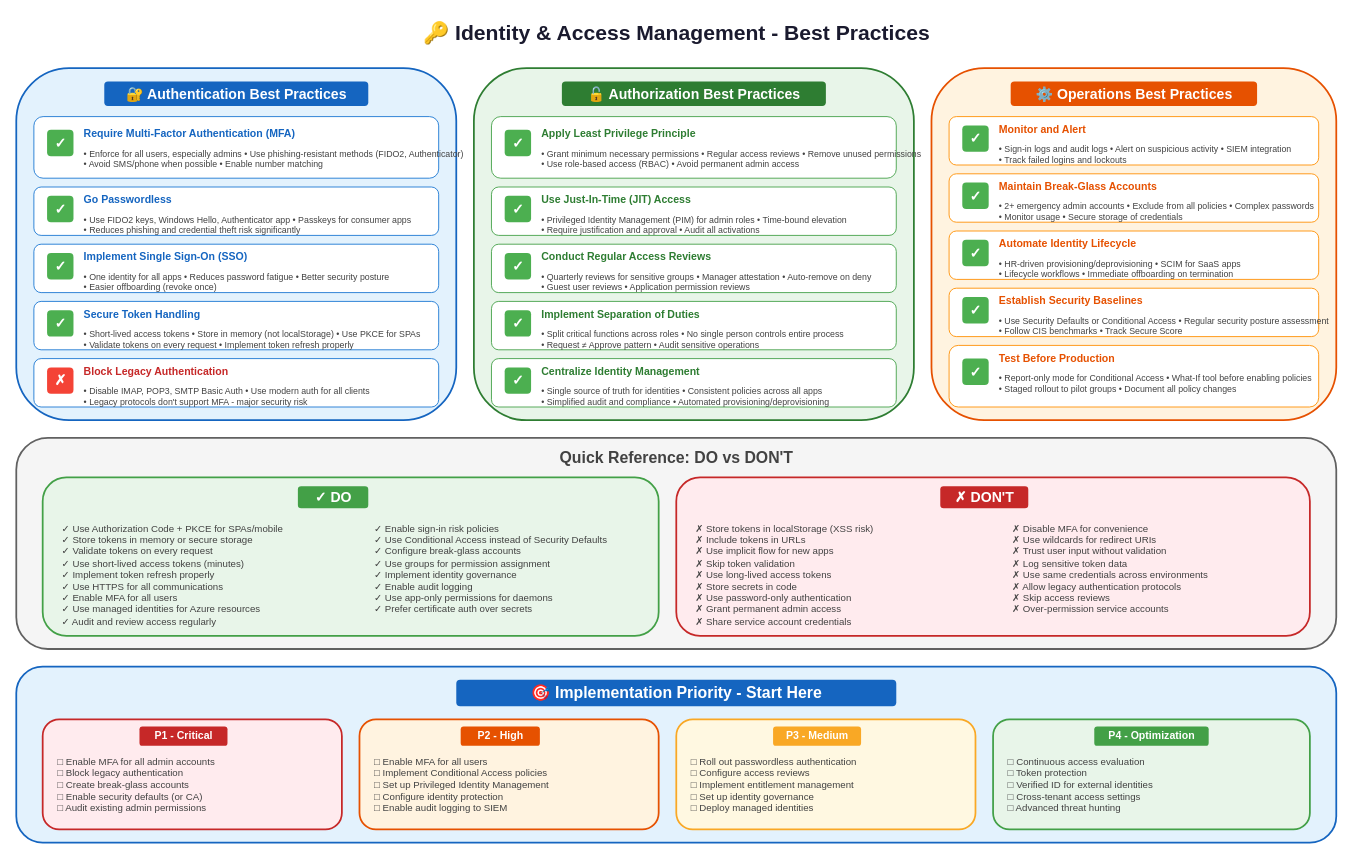
This is lesson-04-identity-access-management/diagrams/7.1-iam-best-practices.drawio from MrParkerZ7/document-lesson-software-architect-x-claude, a draw.io file, before an edit. Source tidied: cells renumbered, new cells numbered last; positions are measured from the earlier drawing's top-left corner, leaving out a move shared by most shapes. Both pictures are drawn from the tidied source at 88%, with x=0, y=0 at pixel (16, 15).
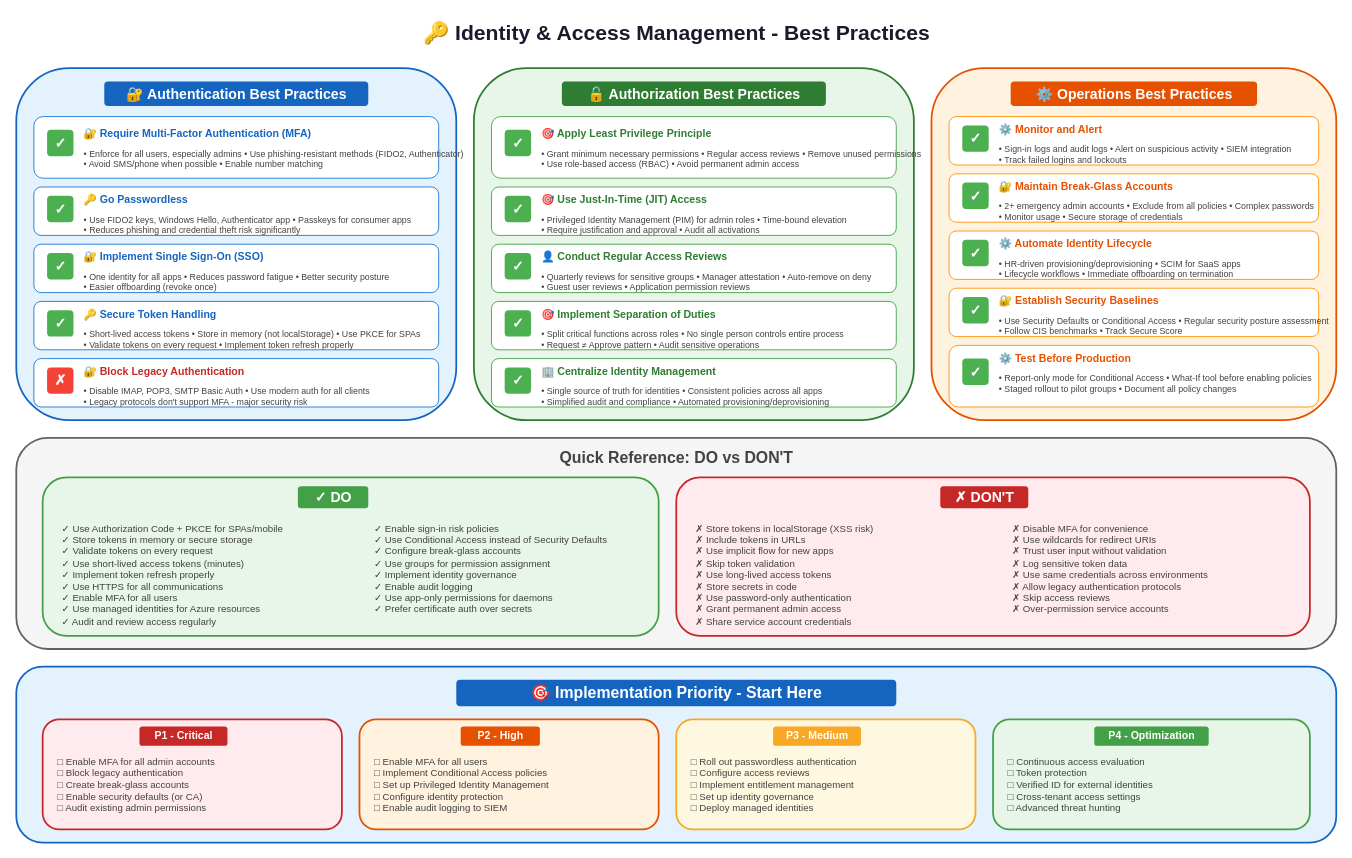
The same diagram, later.

What changed in the source:
```diff
@@
-    <mxCell id="7" value="Require Multi-Factor Authentication (MFA)" style="text;html=1;strokeColor=none;fillColor=none;align=left;verticalAlign=middle;fontSize=12;fontStyle=1;fontColor=#1565c0;" parent="1" vertex="1">
+    <mxCell id="7" value="🔐 Require Multi-Factor Authentication (MFA)" style="text;html=1;strokeColor=none;fillColor=none;align=left;verticalAlign=middle;fontSize=12;fontStyle=1;fontColor=#1565c0;" parent="1" vertex="1">
       <mxGeometry x="75" y="125" width="350" height="20" as="geometry" />
     </mxCell>
@@
-    <mxCell id="11" value="Go Passwordless" style="text;html=1;strokeColor=none;fillColor=none;align=left;verticalAlign=middle;fontSize=12;fontStyle=1;fontColor=#1565c0;" parent="1" vertex="1">
+    <mxCell id="11" value="🔑 Go Passwordless" style="text;html=1;strokeColor=none;fillColor=none;align=left;verticalAlign=middle;fontSize=12;fontStyle=1;fontColor=#1565c0;" parent="1" vertex="1">
       <mxGeometry x="75" y="200" width="200" height="20" as="geometry" />
     </mxCell>
@@
-    <mxCell id="15" value="Implement Single Sign-On (SSO)" style="text;html=1;strokeColor=none;fillColor=none;align=left;verticalAlign=middle;fontSize=12;fontStyle=1;fontColor=#1565c0;" parent="1" vertex="1">
+    <mxCell id="15" value="🔐 Implement Single Sign-On (SSO)" style="text;html=1;strokeColor=none;fillColor=none;align=left;verticalAlign=middle;fontSize=12;fontStyle=1;fontColor=#1565c0;" parent="1" vertex="1">
       <mxGeometry x="75" y="265" width="250" height="20" as="geometry" />
     </mxCell>
@@
-    <mxCell id="19" value="Secure Token Handling" style="text;html=1;strokeColor=none;fillColor=none;align=left;verticalAlign=middle;fontSize=12;fontStyle=1;fontColor=#1565c0;" parent="1" vertex="1">
+    <mxCell id="19" value="🔑 Secure Token Handling" style="text;html=1;strokeColor=none;fillColor=none;align=left;verticalAlign=middle;fontSize=12;fontStyle=1;fontColor=#1565c0;" parent="1" vertex="1">
       <mxGeometry x="75" y="330" width="200" height="20" as="geometry" />
     </mxCell>
@@
-    <mxCell id="23" value="Block Legacy Authentication" style="text;html=1;strokeColor=none;fillColor=none;align=left;verticalAlign=middle;fontSize=12;fontStyle=1;fontColor=#c62828;" parent="1" vertex="1">
+    <mxCell id="23" value="🔐 Block Legacy Authentication" style="text;html=1;strokeColor=none;fillColor=none;align=left;verticalAlign=middle;fontSize=12;fontStyle=1;fontColor=#c62828;" parent="1" vertex="1">
       <mxGeometry x="75" y="395" width="250" height="20" as="geometry" />
     </mxCell>
@@
-    <mxCell id="29" value="Apply Least Privilege Principle" style="text;html=1;strokeColor=none;fillColor=none;align=left;verticalAlign=middle;fontSize=12;fontStyle=1;fontColor=#2e7d32;" parent="1" vertex="1">
+    <mxCell id="29" value="🎯 Apply Least Privilege Principle" style="text;html=1;strokeColor=none;fillColor=none;align=left;verticalAlign=middle;fontSize=12;fontStyle=1;fontColor=#2e7d32;" parent="1" vertex="1">
       <mxGeometry x="595" y="125" width="300" height="20" as="geometry" />
     </mxCell>
@@
-    <mxCell id="33" value="Use Just-In-Time (JIT) Access" style="text;html=1;strokeColor=none;fillColor=none;align=left;verticalAlign=middle;fontSize=12;fontStyle=1;fontColor=#2e7d32;" parent="1" vertex="1">
+    <mxCell id="33" value="🎯 Use Just-In-Time (JIT) Access" style="text;html=1;strokeColor=none;fillColor=none;align=left;verticalAlign=middle;fontSize=12;fontStyle=1;fontColor=#2e7d32;" parent="1" vertex="1">
       <mxGeometry x="595" y="200" width="250" height="20" as="geometry" />
     </mxCell>
@@
-    <mxCell id="37" value="Conduct Regular Access Reviews" style="text;html=1;strokeColor=none;fillColor=none;align=left;verticalAlign=middle;fontSize=12;fontStyle=1;fontColor=#2e7d32;" parent="1" vertex="1">
+    <mxCell id="37" value="👤 Conduct Regular Access Reviews" style="text;html=1;strokeColor=none;fillColor=none;align=left;verticalAlign=middle;fontSize=12;fontStyle=1;fontColor=#2e7d32;" parent="1" vertex="1">
       <mxGeometry x="595" y="265" width="280" height="20" as="geometry" />
     </mxCell>
@@
-    <mxCell id="41" value="Implement Separation of Duties" style="text;html=1;strokeColor=none;fillColor=none;align=left;verticalAlign=middle;fontSize=12;fontStyle=1;fontColor=#2e7d32;" parent="1" vertex="1">
+    <mxCell id="41" value="🎯 Implement Separation of Duties" style="text;html=1;strokeColor=none;fillColor=none;align=left;verticalAlign=middle;fontSize=12;fontStyle=1;fontColor=#2e7d32;" parent="1" vertex="1">
       <mxGeometry x="595" y="330" width="280" height="20" as="geometry" />
     </mxCell>
@@
-    <mxCell id="45" value="Centralize Identity Management" style="text;html=1;strokeColor=none;fillColor=none;align=left;verticalAlign=middle;fontSize=12;fontStyle=1;fontColor=#2e7d32;" parent="1" vertex="1">
+    <mxCell id="45" value="🏢 Centralize Identity Management" style="text;html=1;strokeColor=none;fillColor=none;align=left;verticalAlign=middle;fontSize=12;fontStyle=1;fontColor=#2e7d32;" parent="1" vertex="1">
       <mxGeometry x="595" y="395" width="280" height="20" as="geometry" />
     </mxCell>
@@
-    <mxCell id="51" value="Monitor and Alert" style="text;html=1;strokeColor=none;fillColor=none;align=left;verticalAlign=middle;fontSize=12;fontStyle=1;fontColor=#e65100;" parent="1" vertex="1">
+    <mxCell id="51" value="⚙️ Monitor and Alert" style="text;html=1;strokeColor=none;fillColor=none;align=left;verticalAlign=middle;fontSize=12;fontStyle=1;fontColor=#e65100;" parent="1" vertex="1">
       <mxGeometry x="1115" y="120" width="200" height="20" as="geometry" />
     </mxCell>
@@
-    <mxCell id="55" value="Maintain Break-Glass Accounts" style="text;html=1;strokeColor=none;fillColor=none;align=left;verticalAlign=middle;fontSize=12;fontStyle=1;fontColor=#e65100;" parent="1" vertex="1">
+    <mxCell id="55" value="🔐 Maintain Break-Glass Accounts" style="text;html=1;strokeColor=none;fillColor=none;align=left;verticalAlign=middle;fontSize=12;fontStyle=1;fontColor=#e65100;" parent="1" vertex="1">
       <mxGeometry x="1115" y="185" width="250" height="20" as="geometry" />
     </mxCell>
@@
-    <mxCell id="59" value="Automate Identity Lifecycle" style="text;html=1;strokeColor=none;fillColor=none;align=left;verticalAlign=middle;fontSize=12;fontStyle=1;fontColor=#e65100;" parent="1" vertex="1">
+    <mxCell id="59" value="⚙️ Automate Identity Lifecycle" style="text;html=1;strokeColor=none;fillColor=none;align=left;verticalAlign=middle;fontSize=12;fontStyle=1;fontColor=#e65100;" parent="1" vertex="1">
       <mxGeometry x="1115" y="250" width="250" height="20" as="geometry" />
     </mxCell>
@@
-    <mxCell id="63" value="Establish Security Baselines" style="text;html=1;strokeColor=none;fillColor=none;align=left;verticalAlign=middle;fontSize=12;fontStyle=1;fontColor=#e65100;" parent="1" vertex="1">
+    <mxCell id="63" value="🔐 Establish Security Baselines" style="text;html=1;strokeColor=none;fillColor=none;align=left;verticalAlign=middle;fontSize=12;fontStyle=1;fontColor=#e65100;" parent="1" vertex="1">
       <mxGeometry x="1115" y="315" width="250" height="20" as="geometry" />
     </mxCell>
@@
-    <mxCell id="67" value="Test Before Production" style="text;html=1;strokeColor=none;fillColor=none;align=left;verticalAlign=middle;fontSize=12;fontStyle=1;fontColor=#e65100;" parent="1" vertex="1">
+    <mxCell id="67" value="⚙️ Test Before Production" style="text;html=1;strokeColor=none;fillColor=none;align=left;verticalAlign=middle;fontSize=12;fontStyle=1;fontColor=#e65100;" parent="1" vertex="1">
       <mxGeometry x="1115" y="380" width="250" height="20" as="geometry" />
     </mxCell>
```
